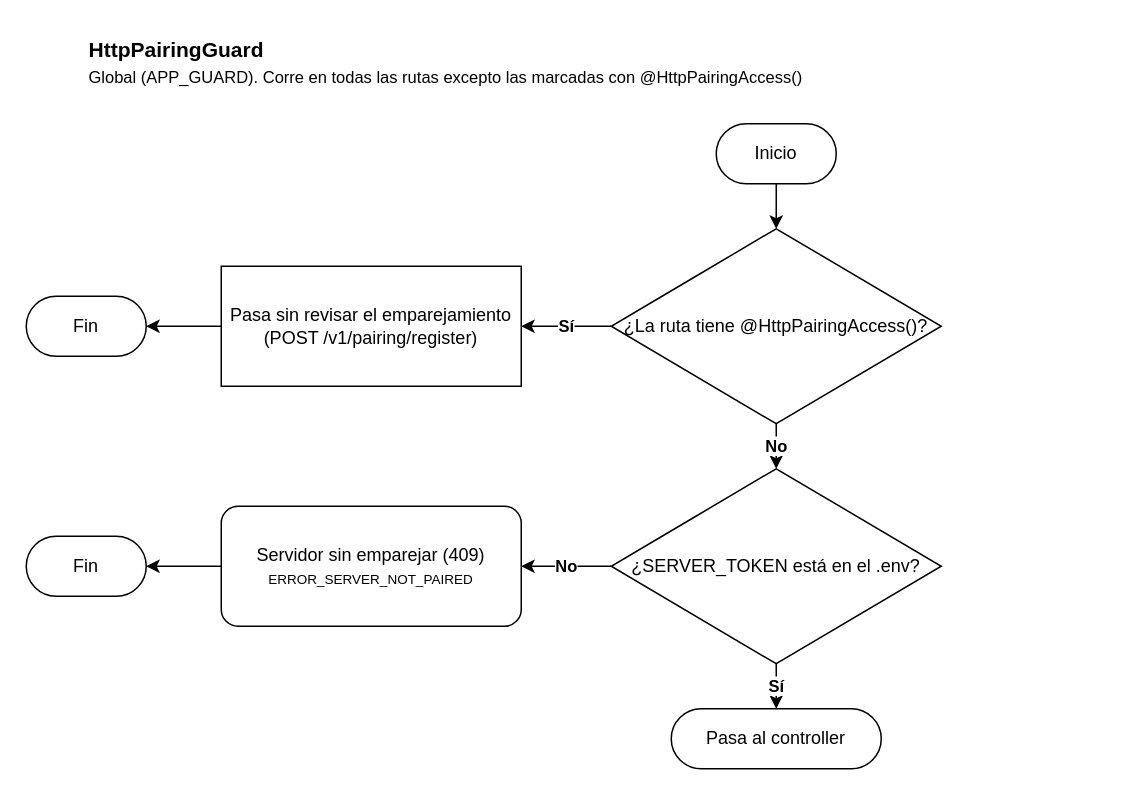
Above: documents/diagrams/workflows/common/local/pairing-guard.drawio in Andry510/miyabi-restaurant-server (draw.io), before the change. Source tidied: cells renumbered, new cells numbered last; positions are measured from the earlier drawing's top-left corner, leaving out a move shared by most shapes. Both pictures are drawn from the tidied source at 150%, with x=0, y=0 at pixel (26, 26).
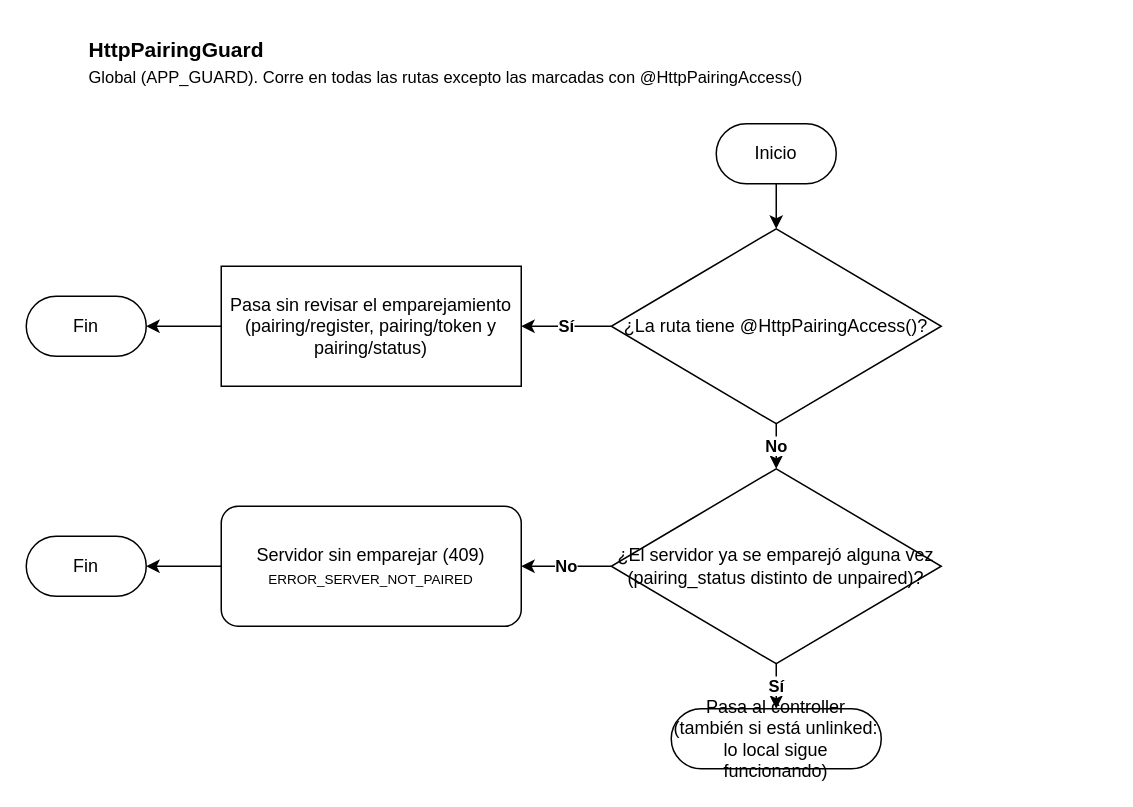
After the change.

Diff of the diagram source:
```diff
@@
 <mxGraphModel>
   <root>
     <mxCell id="0" />
     <mxCell id="1" parent="0" />
     <mxCell id="2" value="HttpPairingGuard&lt;br&gt;&lt;span style=&quot;font-size: 11px; font-weight: normal;&quot;&gt;Global (APP_GUARD). Corre en todas las rutas excepto las marcadas con @HttpPairingAccess()&lt;/span&gt;" style="text;html=1;align=left;verticalAlign=middle;fontStyle=1;fontSize=14;" parent="1" vertex="1">
       <mxGeometry x="40" width="680" height="48" as="geometry" />
     </mxCell>
     <mxCell id="3" value="Inicio" style="rounded=1;whiteSpace=wrap;html=1;arcSize=50;" parent="1" vertex="1">
       <mxGeometry x="460" y="65" width="80" height="40" as="geometry" />
     </mxCell>
     <mxCell id="4" value="¿La ruta tiene @HttpPairingAccess()?" style="rhombus;whiteSpace=wrap;html=1;rounded=1;arcSize=0;" parent="1" vertex="1">
       <mxGeometry x="390" y="135" width="220" height="130" as="geometry" />
     </mxCell>
     <mxCell id="5" style="edgeStyle=orthogonalEdgeStyle;rounded=0;html=1;fontStyle=1;" parent="1" edge="1" source="3" target="4">
       <mxGeometry relative="1" as="geometry" />
     </mxCell>
-    <mxCell id="6" value="Pasa sin revisar el emparejamiento (POST /v1/pairing/register)" style="rounded=0;whiteSpace=wrap;html=1;arcSize=14;" parent="1" vertex="1">
+    <mxCell id="6" value="Pasa sin revisar el emparejamiento (pairing/register, pairing/token y pairing/status)" style="rounded=0;whiteSpace=wrap;html=1;arcSize=14;" parent="1" vertex="1">
       <mxGeometry x="130" y="160" width="200" height="80" as="geometry" />
     </mxCell>
     <mxCell id="7" value="Fin" style="rounded=1;whiteSpace=wrap;html=1;arcSize=50;" parent="1" vertex="1">
       <mxGeometry y="180" width="80" height="40" as="geometry" />
     </mxCell>
     <mxCell id="8" value="Sí" style="edgeStyle=orthogonalEdgeStyle;rounded=0;html=1;fontStyle=1;exitX=0;exitY=0.5;entryX=1;entryY=0.5;" parent="1" edge="1" source="4" target="6">
       <mxGeometry relative="1" as="geometry" />
     </mxCell>
     <mxCell id="9" style="edgeStyle=orthogonalEdgeStyle;rounded=0;html=1;" parent="1" edge="1" source="6" target="7">
       <mxGeometry relative="1" as="geometry" />
     </mxCell>
-    <mxCell id="10" value="¿SERVER_TOKEN está en el .env?" style="rhombus;whiteSpace=wrap;html=1;rounded=1;arcSize=0;" parent="1" vertex="1">
+    <mxCell id="10" value="¿El servidor ya se emparejó alguna vez (pairing_status distinto de unpaired)?" style="rhombus;whiteSpace=wrap;html=1;rounded=1;arcSize=0;" parent="1" vertex="1">
       <mxGeometry x="390" y="295" width="220" height="130" as="geometry" />
     </mxCell>
     <mxCell id="11" value="No" style="edgeStyle=orthogonalEdgeStyle;rounded=0;html=1;fontStyle=1;" parent="1" edge="1" source="4" target="10">
       <mxGeometry relative="1" as="geometry" />
     </mxCell>
     <mxCell id="12" value="Servidor sin emparejar (409)&lt;br&gt;&lt;font style=&quot;font-size: 9px;&quot;&gt;ERROR_SERVER_NOT_PAIRED&lt;/font&gt;" style="rounded=1;whiteSpace=wrap;html=1;arcSize=14;" parent="1" vertex="1">
       <mxGeometry x="130" y="320" width="200" height="80" as="geometry" />
     </mxCell>
     <mxCell id="13" value="Fin" style="rounded=1;whiteSpace=wrap;html=1;arcSize=50;" parent="1" vertex="1">
       <mxGeometry y="340" width="80" height="40" as="geometry" />
     </mxCell>
     <mxCell id="14" value="No" style="edgeStyle=orthogonalEdgeStyle;rounded=0;html=1;fontStyle=1;exitX=0;exitY=0.5;entryX=1;entryY=0.5;" parent="1" edge="1" source="10" target="12">
       <mxGeometry relative="1" as="geometry" />
     </mxCell>
     <mxCell id="15" style="edgeStyle=orthogonalEdgeStyle;rounded=0;html=1;" parent="1" edge="1" source="12" target="13">
       <mxGeometry relative="1" as="geometry" />
     </mxCell>
-    <mxCell id="16" value="Pasa al controller" style="rounded=1;whiteSpace=wrap;html=1;arcSize=50;" parent="1" vertex="1">
+    <mxCell id="16" value="Pasa al controller (también si está unlinked: lo local sigue funcionando)" style="rounded=1;whiteSpace=wrap;html=1;arcSize=50;" parent="1" vertex="1">
       <mxGeometry x="430" y="455" width="140" height="40" as="geometry" />
     </mxCell>
     <mxCell id="17" value="Sí" style="edgeStyle=orthogonalEdgeStyle;rounded=0;html=1;fontStyle=1;" parent="1" edge="1" source="10" target="16">
       <mxGeometry relative="1" as="geometry" />
     </mxCell>
   </root>
 </mxGraphModel>
```
